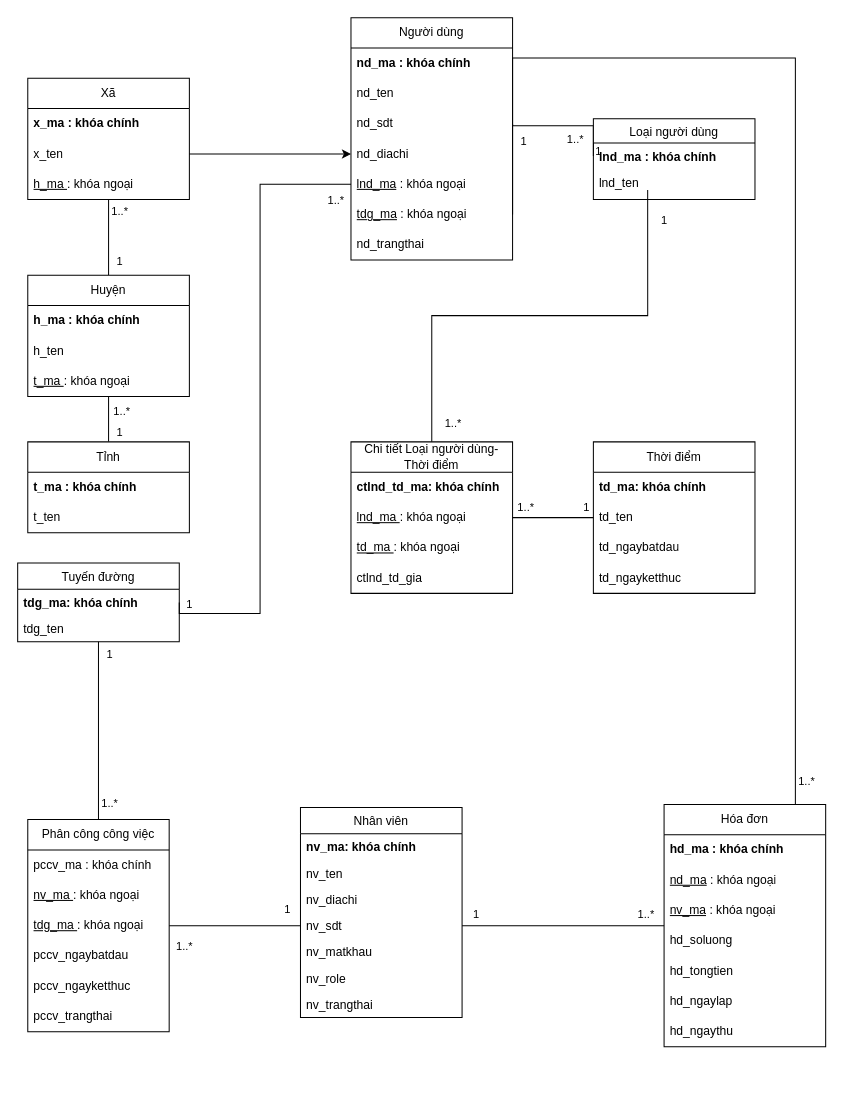
Before: Untitled Diagram.drawio in vinhb2012055/HTTT, a draw.io diagram. Source tidied: cells renumbered, new cells numbered last; positions are measured from the earlier drawing's top-left corner, leaving out a move shared by most shapes. Both pictures are drawn from the tidied source at 101%, with x=0, y=0 at pixel (17, 17).
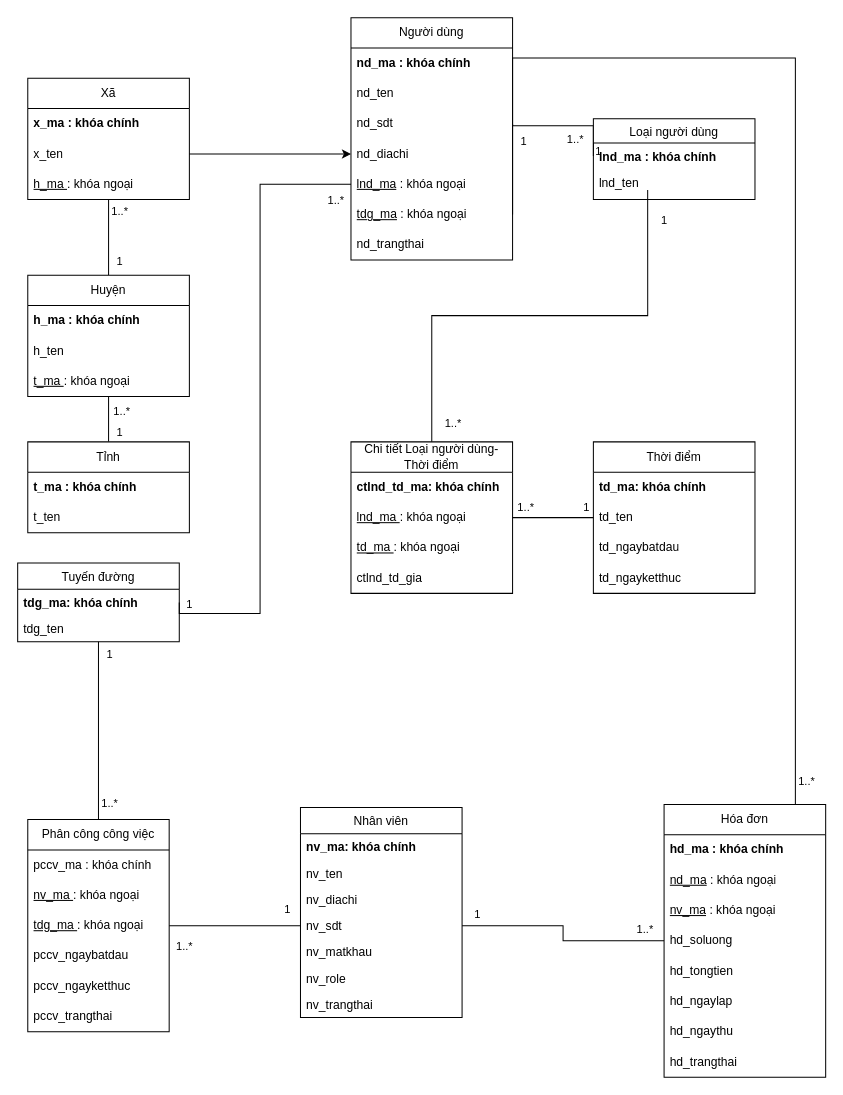
Above is the later version.

The edit, as a diff of the source:
```diff
@@
     <mxCell id="60" value="Hóa đơn" style="swimlane;fontStyle=0;horizontal=1;startSize=30;whiteSpace=wrap;html=1;" parent="1" vertex="1">
-      <mxGeometry x="640" y="779" width="160" height="240" as="geometry" />
+      <mxGeometry x="640" y="779" width="160" height="270" as="geometry" />
     </mxCell>
@@
+    <mxCell id="91" value="hd_trangthai" style="text;strokeColor=none;fillColor=none;align=left;verticalAlign=middle;spacingLeft=4;spacingRight=4;overflow=hidden;whiteSpace=wrap;html=1;" parent="60" vertex="1">
+      <mxGeometry y="240" width="160" height="30" as="geometry" />
+    </mxCell>
```
